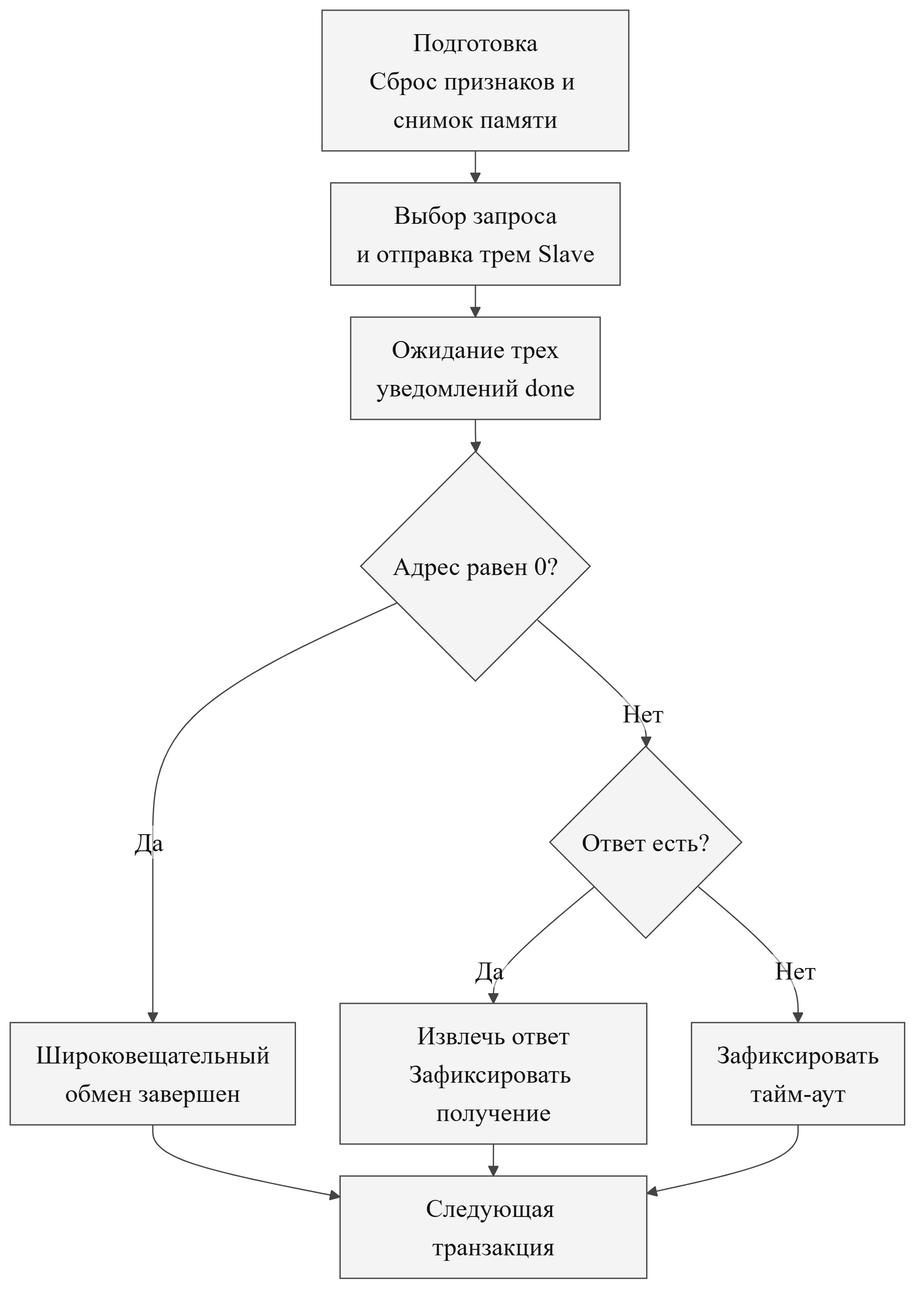
Before: report/figures/master.png, a diagram exported from Mermaid (DafterT/modbus-promela). Its source is kept beside it as report/figures/master.mmd. The source it was exported from:
```mermaid
flowchart TB
    A["Подготовка<br/>Сброс признаков и снимок памяти"] --> B["Выбор запроса<br/>и отправка трем Slave"]
    B --> C["Ожидание трех<br/>уведомлений done"]
    C --> D{"Адрес равен 0?"}
    D -- Да --> E["Широковещательный<br/>обмен завершен"]
    D -- Нет --> F{"Ответ есть?"}
    F -- Да --> G["Извлечь ответ<br/>Зафиксировать получение"]
    F -- Нет --> H["Зафиксировать<br/>тайм-аут"]
    E --> I["Следующая транзакция"]
    G --> I
    H --> I
```
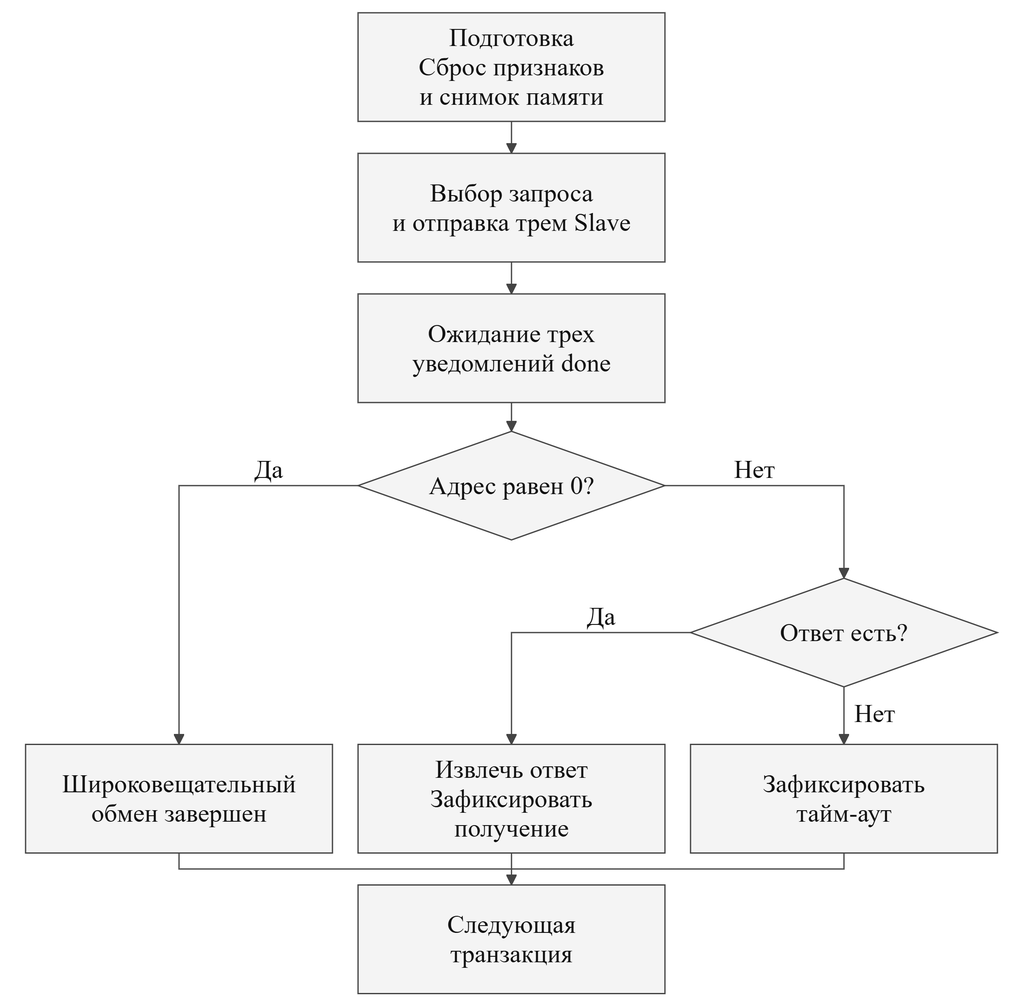
The same diagram one commit later.

Diff of the diagram source:
```diff
@@ -1,11 +1,11 @@
 flowchart TB
-    A["Подготовка<br/>Сброс признаков и снимок памяти"] --> B["Выбор запроса<br/>и отправка трем Slave"]
+    A["Подготовка<br/>Сброс признаков<br/>и снимок памяти"] --> B["Выбор запроса<br/>и отправка трем Slave"]
     B --> C["Ожидание трех<br/>уведомлений done"]
     C --> D{"Адрес равен 0?"}
     D -- Да --> E["Широковещательный<br/>обмен завершен"]
     D -- Нет --> F{"Ответ есть?"}
-    F -- Да --> G["Извлечь ответ<br/>Зафиксировать получение"]
+    F -- Да --> G["Извлечь ответ<br/>Зафиксировать<br/>получение"]
     F -- Нет --> H["Зафиксировать<br/>тайм-аут"]
-    E --> I["Следующая транзакция"]
+    E --> I["Следующая<br/>транзакция"]
     G --> I
     H --> I
```
